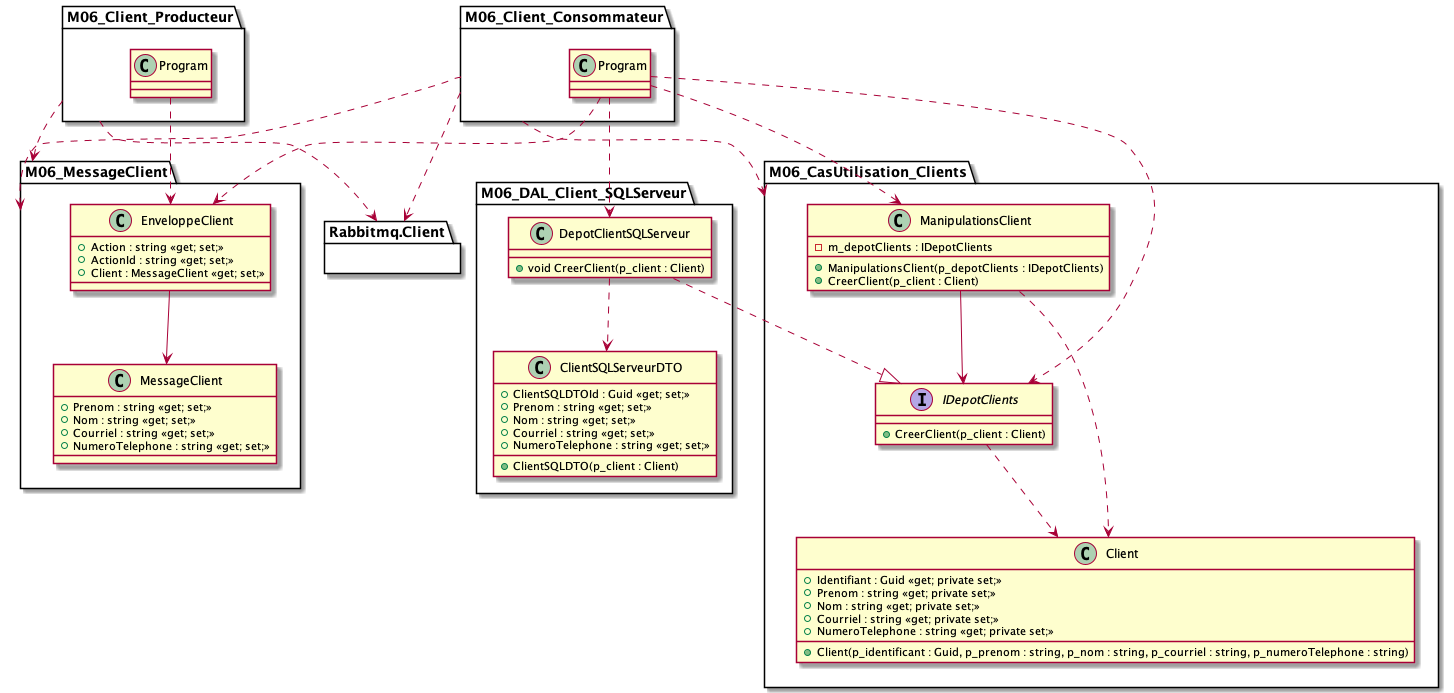
The PlantUML diagram images/Module06_FileMessages/diag/uml_exercice2_enveloppe/clients_classes_enveloppe.png in PiFou86/420-W47-SF, before a commit. Its diagram source:
```plantuml
@startuml clients_classes_enveloppe

package M06_CasUtilisation_Clients {
    class ManipulationsClient {
        - m_depotClients : IDepotClients
        + ManipulationsClient(p_depotClients : IDepotClients)
        + CreerClient(p_client : Client)
    }
    interface IDepotClients {
        + CreerClient(p_client : Client)
    }
    class Client {
        + Identifiant : Guid <<get; private set;>>
        + Prenom : string <<get; private set;>>
        + Nom : string <<get; private set;>>
        + Courriel : string <<get; private set;>>
        + NumeroTelephone : string <<get; private set;>>
        + Client(p_identificant : Guid, p_prenom : string, p_nom : string, p_courriel : string, p_numeroTelephone : string)
    }
    ManipulationsClient --> IDepotClients
    ManipulationsClient ..> Client
    IDepotClients ..> Client
}

package M06_DAL_Client_SQLServeur {
    class DepotClientSQLServeur {
        + void CreerClient(p_client : Client)
    }

    class ClientSQLServeurDTO {
        + ClientSQLDTOId : Guid <<get; set;>>
        + Prenom : string <<get; set;>>
        + Nom : string <<get; set;>>
        + Courriel : string <<get; set;>>
        + NumeroTelephone : string <<get; set;>>
        + ClientSQLDTO(p_client : Client)
    }

    DepotClientSQLServeur ..|> IDepotClients
    DepotClientSQLServeur ..> ClientSQLServeurDTO
}

package M06_MessageClient {
    class MessageClient {
        + Prenom : string <<get; set;>>
        + Nom : string <<get; set;>>
        + Courriel : string <<get; set;>>
        + NumeroTelephone : string <<get; set;>>
    }

    class EnveloppeClient {
        + Action : string <<get; set;>>
        + ActionId : string <<get; set;>>
        + Client : MessageClient <<get; set;>>
    }

    EnveloppeClient --> MessageClient
}

package M06_Client_Producteur {

}
M06_Client_Producteur.Program ..> EnveloppeClient

package M06_Client_Consommateur {


}
M06_Client_Consommateur.Program ..> EnveloppeClient
M06_Client_Consommateur.Program ..> ManipulationsClient
M06_Client_Consommateur.Program ..> IDepotClients
M06_Client_Consommateur.Program ..> DepotClientSQLServeur


package Rabbitmq.Client {

}


M06_Client_Producteur ..> Rabbitmq.Client
M06_Client_Producteur ..> M06_MessageClient

M06_Client_Consommateur ..> Rabbitmq.Client
M06_Client_Consommateur ..> M06_CasUtilisation_Clients
M06_Client_Consommateur ..> M06_MessageClient
@enduml
```
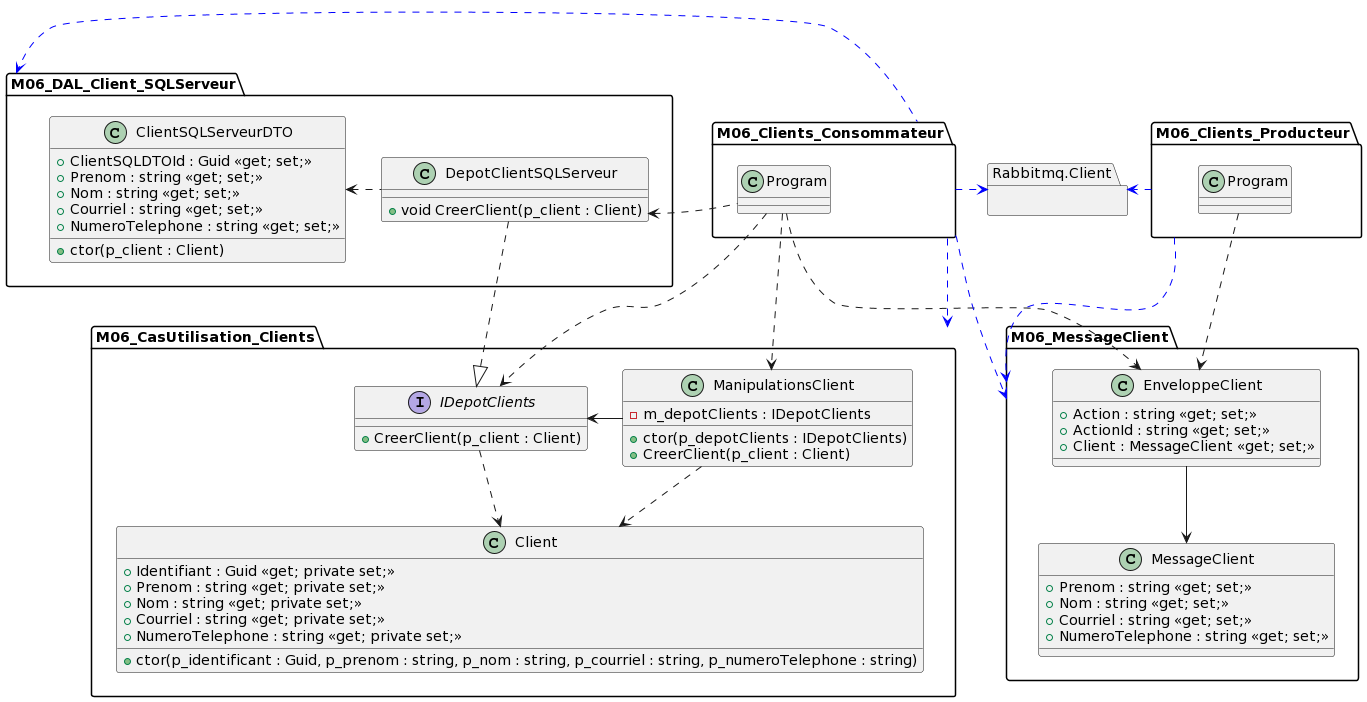
After the change.

Change to the diagram source:
```diff
@@ -1,23 +1,27 @@
-@startuml clients_classes_enveloppe
+@startuml
+set namespaceSeparator ::
 
 package M06_CasUtilisation_Clients {
     class ManipulationsClient {
         - m_depotClients : IDepotClients
-        + ManipulationsClient(p_depotClients : IDepotClients)
+        + ctor(p_depotClients : IDepotClients)
         + CreerClient(p_client : Client)
     }
+
     interface IDepotClients {
         + CreerClient(p_client : Client)
     }
+
     class Client {
         + Identifiant : Guid <<get; private set;>>
         + Prenom : string <<get; private set;>>
         + Nom : string <<get; private set;>>
         + Courriel : string <<get; private set;>>
         + NumeroTelephone : string <<get; private set;>>
-        + Client(p_identificant : Guid, p_prenom : string, p_nom : string, p_courriel : string, p_numeroTelephone : string)
+        + ctor(p_identificant : Guid, p_prenom : string, p_nom : string, p_courriel : string, p_numeroTelephone : string)
     }
-    ManipulationsClient --> IDepotClients
+
+    ManipulationsClient -> IDepotClients
     ManipulationsClient ..> Client
     IDepotClients ..> Client
 }
@@ -33,54 +37,54 @@
         + Nom : string <<get; set;>>
         + Courriel : string <<get; set;>>
         + NumeroTelephone : string <<get; set;>>
-        + ClientSQLDTO(p_client : Client)
+        + ctor(p_client : Client)
     }
 
-    DepotClientSQLServeur ..|> IDepotClients
-    DepotClientSQLServeur ..> ClientSQLServeurDTO
+    DepotClientSQLServeur ..|> M06_CasUtilisation_Clients::IDepotClients
+    DepotClientSQLServeur .l> ClientSQLServeurDTO
 }
 
-package M06_MessageClient {
-    class MessageClient {
-        + Prenom : string <<get; set;>>
-        + Nom : string <<get; set;>>
-        + Courriel : string <<get; set;>>
-        + NumeroTelephone : string <<get; set;>>
+together {
+    package M06_MessageClient {
+        class MessageClient {
+            + Prenom : string <<get; set;>>
+            + Nom : string <<get; set;>>
+            + Courriel : string <<get; set;>>
+            + NumeroTelephone : string <<get; set;>>
+        }
+
+        class EnveloppeClient {
+            + Action : string <<get; set;>>
+            + ActionId : string <<get; set;>>
+            + Client : MessageClient <<get; set;>>
+        }
+
+        EnveloppeClient --> MessageClient
     }
 
-    class EnveloppeClient {
-        + Action : string <<get; set;>>
-        + ActionId : string <<get; set;>>
-        + Client : MessageClient <<get; set;>>
+    package M06_Clients_Producteur {
+        class Program
+
+        Program ..> M06_MessageClient::EnveloppeClient
     }
 
-    EnveloppeClient --> MessageClient
+    package Rabbitmq.Client {}
 }
 
-package M06_Client_Producteur {
+package M06_Clients_Consommateur {
+    class Program
 
-}
-M06_Client_Producteur.Program ..> EnveloppeClient
-
-package M06_Client_Consommateur {
-
-
-}
-M06_Client_Consommateur.Program ..> EnveloppeClient
-M06_Client_Consommateur.Program ..> ManipulationsClient
-M06_Client_Consommateur.Program ..> IDepotClients
-M06_Client_Consommateur.Program ..> DepotClientSQLServeur
-
-
-package Rabbitmq.Client {
-
+    Program ..> M06_MessageClient::EnveloppeClient
+    Program ..> M06_CasUtilisation_Clients::ManipulationsClient
+    Program ..> M06_CasUtilisation_Clients::IDepotClients
+    Program .l> M06_DAL_Client_SQLServeur::DepotClientSQLServeur
 }
 
+M06_Clients_Producteur .[#blue]> Rabbitmq.Client
+M06_Clients_Producteur .[#blue].> M06_MessageClient
 
-M06_Client_Producteur ..> Rabbitmq.Client
-M06_Client_Producteur ..> M06_MessageClient
-
-M06_Client_Consommateur ..> Rabbitmq.Client
-M06_Client_Consommateur ..> M06_CasUtilisation_Clients
-M06_Client_Consommateur ..> M06_MessageClient
+M06_Clients_Consommateur .[#blue]> Rabbitmq.Client
+M06_Clients_Consommateur .[#blue].> M06_CasUtilisation_Clients
+M06_Clients_Consommateur .[#blue].> M06_MessageClient
+M06_Clients_Consommateur .[#blue]l> M06_DAL_Client_SQLServeur
 @enduml
```
